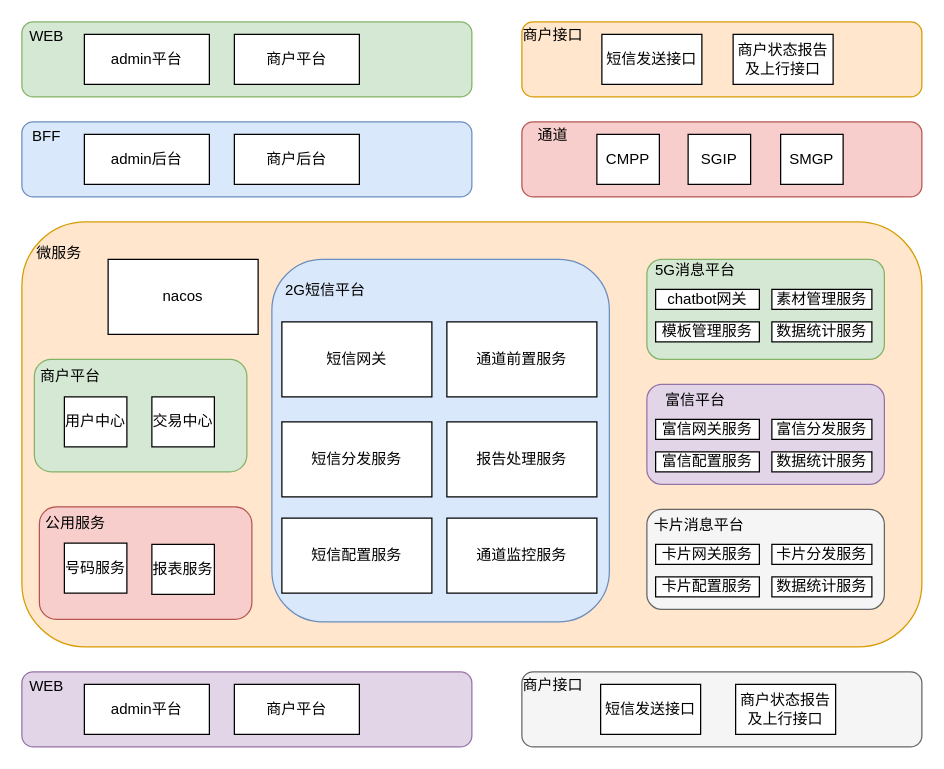
The draw.io diagram 短信平台架构设计.drawio in noarter/flow-chart, before the edit. Source tidied: cells renumbered, new cells numbered last; positions are measured from the earlier drawing's top-left corner, leaving out a move shared by most shapes. Both pictures are drawn from the tidied source at 125%, with x=0, y=0 at pixel (21, 21).
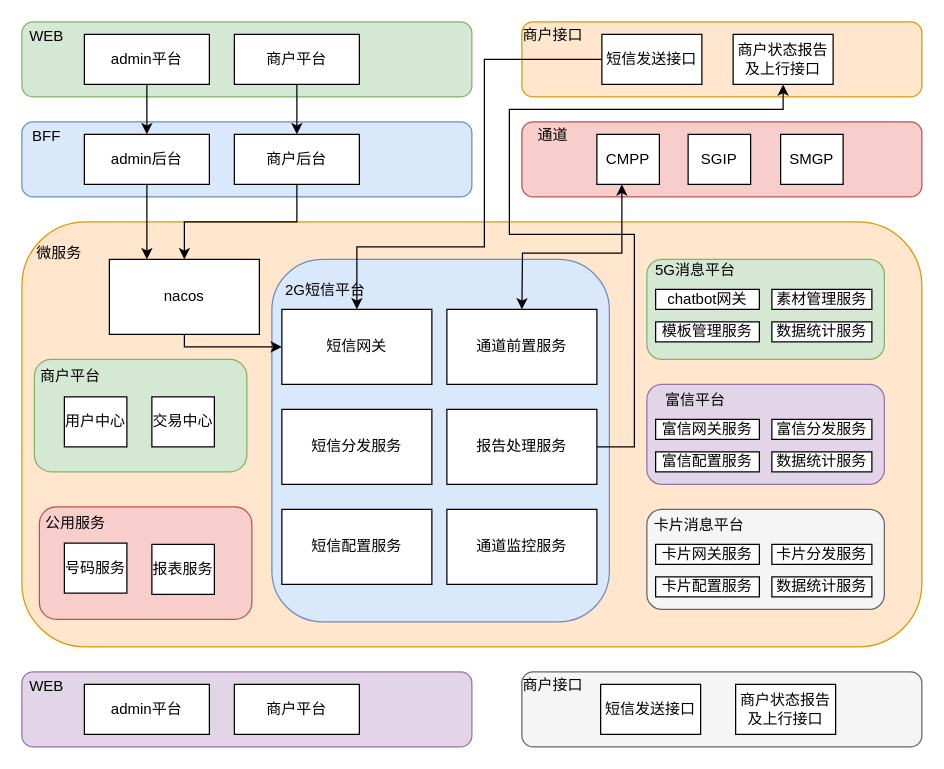
Above is the later version.

Commit message (it also covers changes not shown here):
更新短信平台架构设计.drawio

The change refers to these unchanged cells:
```xml
<mxCell id="6" value="admin平台" style="rounded=0;whiteSpace=wrap;html=1;shadow=0;glass=0;sketch=0;strokeColor=default;gradientColor=none;" parent="1" vertex="1">
  <mxGeometry x="50" y="10" width="100" height="40" as="geometry" />
</mxCell>
<mxCell id="7" value="商户平台" style="rounded=0;whiteSpace=wrap;html=1;shadow=0;glass=0;sketch=0;strokeColor=default;gradientColor=none;" parent="1" vertex="1">
  <mxGeometry x="170" y="10" width="100" height="40" as="geometry" />
</mxCell>
<mxCell id="8" value="短信发送接口" style="rounded=0;whiteSpace=wrap;html=1;shadow=0;glass=0;sketch=0;strokeColor=default;gradientColor=none;" parent="1" vertex="1">
  <mxGeometry x="464" y="10" width="80" height="40" as="geometry" />
</mxCell>
<mxCell id="9" value="商户状态报告及上行接口" style="rounded=0;whiteSpace=wrap;html=1;shadow=0;glass=0;sketch=0;strokeColor=default;gradientColor=none;" parent="1" vertex="1">
  <mxGeometry x="569" y="10" width="80" height="40" as="geometry" />
</mxCell>
<mxCell id="11" style="rounded=1;whiteSpace=wrap;html=1;shadow=0;glass=0;sketch=0;strokeColor=#b85450;fillColor=#f8cecc;" parent="1" vertex="1">
  <mxGeometry x="400" y="80" width="320" height="60" as="geometry" />
</mxCell>
<mxCell id="14" value="admin后台" style="rounded=0;whiteSpace=wrap;html=1;shadow=0;glass=0;sketch=0;strokeColor=default;gradientColor=none;" parent="1" vertex="1">
  <mxGeometry x="50" y="90" width="100" height="40" as="geometry" />
</mxCell>
<mxCell id="15" value="商户后台" style="rounded=0;whiteSpace=wrap;html=1;shadow=0;glass=0;sketch=0;strokeColor=default;gradientColor=none;" parent="1" vertex="1">
  <mxGeometry x="170" y="90" width="100" height="40" as="geometry" />
</mxCell>
```

Change to the diagram source:
```diff
@@
+    <mxCell id="19" style="rounded=1;whiteSpace=wrap;html=1;shadow=0;glass=0;sketch=0;strokeColor=#d79b00;fillColor=#ffe6cc;" parent="1" vertex="1">
+      <mxGeometry y="160" width="720" height="340" as="geometry" />
+    </mxCell>
+    <mxCell id="10" style="rounded=1;whiteSpace=wrap;html=1;shadow=0;glass=0;sketch=0;strokeColor=#6c8ebf;fillColor=#dae8fc;" parent="1" vertex="1">
+      <mxGeometry y="80" width="360" height="60" as="geometry" />
+    </mxCell>
+    <mxCell id="31" style="rounded=1;whiteSpace=wrap;html=1;shadow=0;glass=0;sketch=0;strokeColor=#6c8ebf;fillColor=#dae8fc;" parent="1" vertex="1">
+      <mxGeometry x="200" y="190" width="270" height="290" as="geometry" />
+    </mxCell>
@@
+    <mxCell id="64" style="edgeStyle=orthogonalEdgeStyle;rounded=0;jettySize=auto;html=1;entryX=0.5;entryY=0;entryDx=0;entryDy=0;" parent="1" edge="1" source="6" target="14">
+      <mxGeometry relative="1" as="geometry" />
+    </mxCell>
@@
+    <mxCell id="65" style="edgeStyle=orthogonalEdgeStyle;rounded=0;jettySize=auto;html=1;entryX=0.5;entryY=0;entryDx=0;entryDy=0;" parent="1" edge="1" source="7" target="15">
+      <mxGeometry relative="1" as="geometry" />
+    </mxCell>
@@
+    <mxCell id="66" style="edgeStyle=orthogonalEdgeStyle;rounded=0;jettySize=auto;html=1;entryX=0.5;entryY=0;entryDx=0;entryDy=0;" parent="1" edge="1" source="8" target="43">
+      <mxGeometry relative="1" as="geometry">
+        <Array as="points">
+          <mxPoint x="370" y="30" />
+          <mxPoint x="370" y="180" />
+          <mxPoint x="268" y="180" />
+        </Array>
+      </mxGeometry>
+    </mxCell>
@@
-    <mxCell id="10" style="rounded=1;whiteSpace=wrap;html=1;shadow=0;glass=0;sketch=0;strokeColor=#6c8ebf;fillColor=#dae8fc;" parent="1" vertex="1">
-      <mxGeometry y="80" width="360" height="60" as="geometry" />
-    </mxCell>
@@
+    <mxCell id="67" style="edgeStyle=orthogonalEdgeStyle;rounded=0;jettySize=auto;html=1;entryX=0.25;entryY=0;entryDx=0;entryDy=0;exitX=0.5;exitY=1;exitDx=0;exitDy=0;" parent="1" edge="1" source="14" target="41">
+      <mxGeometry relative="1" as="geometry" />
+    </mxCell>
@@
+    <mxCell id="68" style="edgeStyle=orthogonalEdgeStyle;rounded=0;jettySize=auto;html=1;" parent="1" edge="1" source="15" target="41">
+      <mxGeometry relative="1" as="geometry" />
+    </mxCell>
@@
-    <mxCell id="19" style="rounded=1;whiteSpace=wrap;html=1;shadow=0;glass=0;sketch=0;strokeColor=#d79b00;fillColor=#ffe6cc;" parent="1" vertex="1">
-      <mxGeometry y="160" width="720" height="340" as="geometry" />
-    </mxCell>
@@
-    <mxCell id="31" style="rounded=1;whiteSpace=wrap;html=1;shadow=0;glass=0;sketch=0;strokeColor=#6c8ebf;fillColor=#dae8fc;" parent="1" vertex="1">
-      <mxGeometry x="200" y="190" width="270" height="290" as="geometry" />
-    </mxCell>
@@
+    <mxCell id="69" style="edgeStyle=orthogonalEdgeStyle;rounded=0;jettySize=auto;html=1;entryX=0;entryY=0.5;entryDx=0;entryDy=0;exitX=0.5;exitY=1;exitDx=0;exitDy=0;" parent="1" edge="1" source="41" target="43">
+      <mxGeometry relative="1" as="geometry">
+        <Array as="points">
+          <mxPoint x="130" y="260" />
+        </Array>
+      </mxGeometry>
+    </mxCell>
     <mxCell id="41" value="nacos" style="rounded=0;whiteSpace=wrap;html=1;shadow=0;glass=0;sketch=0;strokeColor=default;gradientColor=none;" parent="1" vertex="1">
-      <mxGeometry x="69" y="190" width="120" height="60" as="geometry" />
+      <mxGeometry x="70" y="190" width="120" height="60" as="geometry" />
     </mxCell>
@@
     <mxCell id="43" value="短信网关" style="rounded=0;whiteSpace=wrap;html=1;shadow=0;glass=0;sketch=0;strokeColor=default;gradientColor=none;" parent="1" vertex="1">
-      <mxGeometry x="208" y="240" width="120" height="60" as="geometry" />
+      <mxGeometry x="208" y="230" width="120" height="60" as="geometry" />
     </mxCell>
     <mxCell id="44" value="短信分发服务" style="rounded=0;whiteSpace=wrap;html=1;shadow=0;glass=0;sketch=0;strokeColor=default;gradientColor=none;" parent="1" vertex="1">
-      <mxGeometry x="208" y="320" width="120" height="60" as="geometry" />
+      <mxGeometry x="208" y="310" width="120" height="60" as="geometry" />
     </mxCell>
     <mxCell id="45" value="短信配置服务" style="rounded=0;whiteSpace=wrap;html=1;shadow=0;glass=0;sketch=0;strokeColor=default;gradientColor=none;" parent="1" vertex="1">
-      <mxGeometry x="208" y="397" width="120" height="60" as="geometry" />
+      <mxGeometry x="208" y="390" width="120" height="60" as="geometry" />
     </mxCell>
     <mxCell id="46" value="通道前置服务" style="rounded=0;whiteSpace=wrap;html=1;shadow=0;glass=0;sketch=0;strokeColor=default;gradientColor=none;" parent="1" vertex="1">
-      <mxGeometry x="340" y="240" width="120" height="60" as="geometry" />
+      <mxGeometry x="340" y="230" width="120" height="60" as="geometry" />
     </mxCell>
+    <mxCell id="70" style="edgeStyle=orthogonalEdgeStyle;rounded=0;jettySize=auto;html=1;entryX=0.5;entryY=1;entryDx=0;entryDy=0;" parent="1" edge="1" source="47" target="9">
+      <mxGeometry relative="1" as="geometry">
+        <Array as="points">
+          <mxPoint x="490" y="340" />
+          <mxPoint x="490" y="170" />
+          <mxPoint x="390" y="170" />
+          <mxPoint x="390" y="70" />
+          <mxPoint x="609" y="70" />
+        </Array>
+      </mxGeometry>
+    </mxCell>
     <mxCell id="47" value="报告处理服务" style="rounded=0;whiteSpace=wrap;html=1;shadow=0;glass=0;sketch=0;strokeColor=default;gradientColor=none;" parent="1" vertex="1">
-      <mxGeometry x="340" y="320" width="120" height="60" as="geometry" />
+      <mxGeometry x="340" y="310" width="120" height="60" as="geometry" />
     </mxCell>
     <mxCell id="48" value="通道监控服务" style="rounded=0;whiteSpace=wrap;html=1;shadow=0;glass=0;sketch=0;strokeColor=default;gradientColor=none;" parent="1" vertex="1">
-      <mxGeometry x="340" y="397" width="120" height="60" as="geometry" />
+      <mxGeometry x="340" y="390" width="120" height="60" as="geometry" />
     </mxCell>
@@
+    <mxCell id="71" style="endArrow=classic;startArrow=classic;html=1;rounded=0;edgeStyle=orthogonalEdgeStyle;entryX=0.25;entryY=0.833;entryDx=0;entryDy=0;entryPerimeter=0;" parent="1" edge="1" target="11">
+      <mxGeometry relative="1" as="geometry">
+        <mxPoint x="400" y="230" as="sourcePoint" />
+      </mxGeometry>
+    </mxCell>
```
